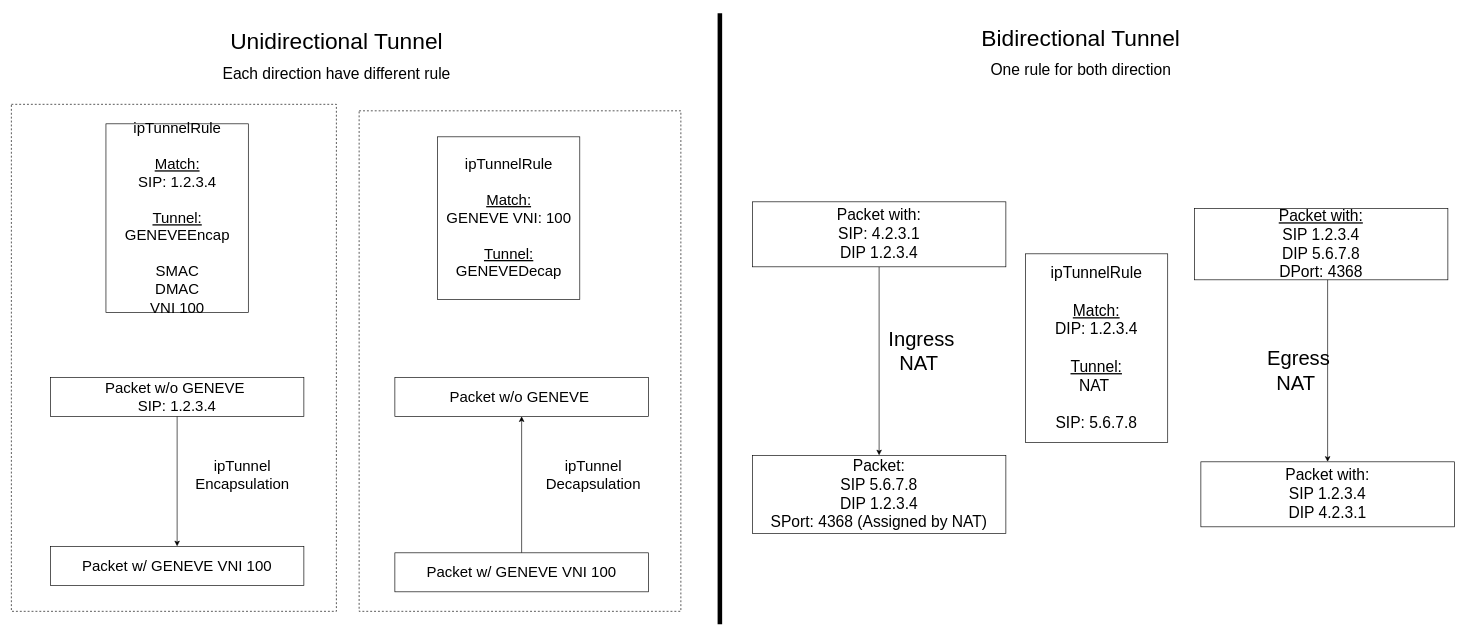
Before: doc/images/tunnelOffload/uni_bi_directional_tunnel.drawio in att/sessionOffload, a draw.io diagram. Source tidied: cells renumbered, new cells numbered last; positions are measured from the earlier drawing's top-left corner, leaving out a move shared by most shapes. Both pictures are drawn from the tidied source at 65%, with x=0, y=0 at pixel (11, 13).
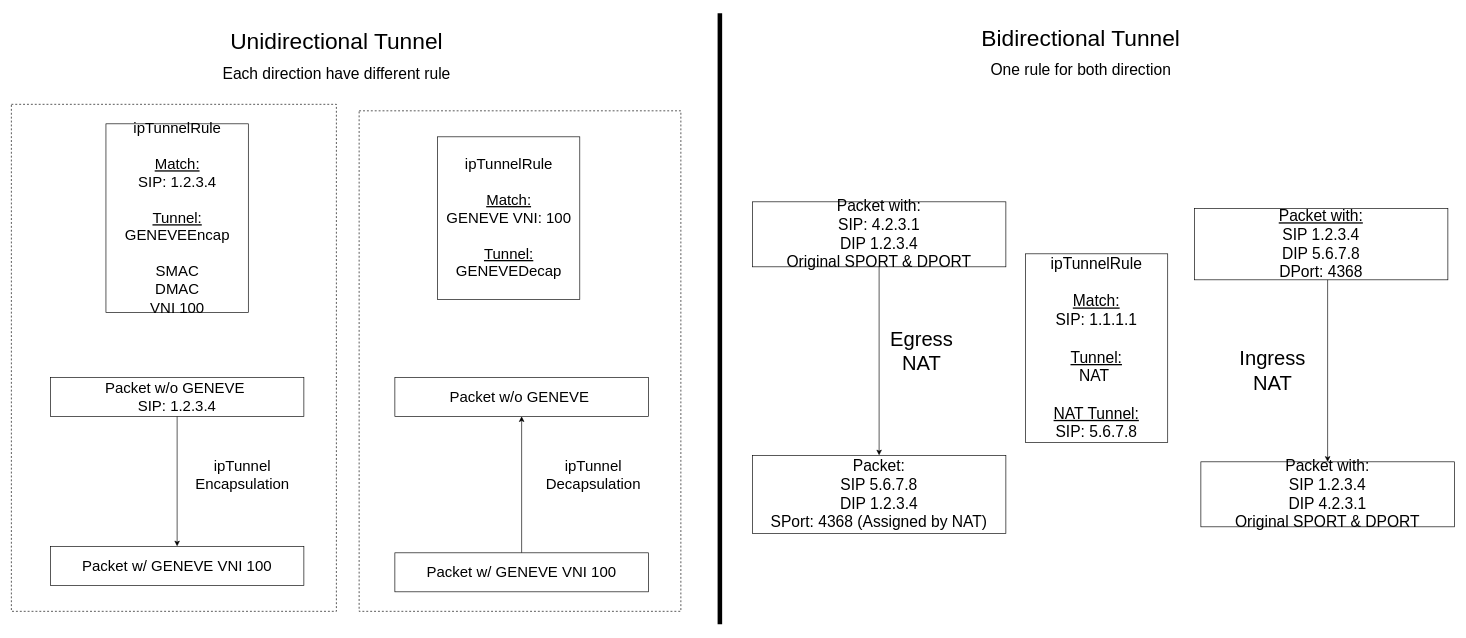
The same page after the edit.

Diff of the diagram source:
```diff
@@
-    <mxCell id="17" value="&lt;font style=&quot;font-size: 24px;&quot;&gt;ipTunnelRule&lt;br style=&quot;font-size: 24px;&quot;&gt;&lt;br style=&quot;font-size: 24px;&quot;&gt;&lt;u style=&quot;font-size: 24px;&quot;&gt;Match:&lt;/u&gt;&lt;br style=&quot;font-size: 24px;&quot;&gt;DIP: 1.2.3.4&lt;br style=&quot;font-size: 24px;&quot;&gt;&lt;br style=&quot;font-size: 24px;&quot;&gt;&lt;u style=&quot;font-size: 24px;&quot;&gt;Tunnel:&lt;/u&gt;&lt;br style=&quot;font-size: 24px;&quot;&gt;NAT&amp;nbsp;&lt;br style=&quot;font-size: 24px;&quot;&gt;&lt;br style=&quot;font-size: 24px;&quot;&gt;SIP: 5.6.7.8&lt;br style=&quot;font-size: 24px;&quot;&gt;&lt;/font&gt;" style="whiteSpace=wrap;html=1;fontSize=24;" parent="1" vertex="1">
+    <mxCell id="17" value="&lt;font style=&quot;font-size: 24px&quot;&gt;ipTunnelRule&lt;br style=&quot;font-size: 24px&quot;&gt;&lt;br style=&quot;font-size: 24px&quot;&gt;&lt;u style=&quot;font-size: 24px&quot;&gt;Match:&lt;/u&gt;&lt;br style=&quot;font-size: 24px&quot;&gt;SIP: 1.1.1.1&lt;br style=&quot;font-size: 24px&quot;&gt;&lt;br style=&quot;font-size: 24px&quot;&gt;&lt;u style=&quot;font-size: 24px&quot;&gt;Tunnel:&lt;/u&gt;&lt;br style=&quot;font-size: 24px&quot;&gt;NAT&amp;nbsp;&lt;br&gt;&lt;br&gt;&lt;u&gt;NAT Tunnel:&lt;/u&gt;&lt;br style=&quot;font-size: 24px&quot;&gt;SIP: 5.6.7.8&lt;br style=&quot;font-size: 24px&quot;&gt;&lt;/font&gt;" style="whiteSpace=wrap;html=1;fontSize=24;" parent="1" vertex="1">
       <mxGeometry x="1560" y="370" width="219" height="290" as="geometry" />
     </mxCell>
@@
-    <mxCell id="19" value="Packet with:&lt;br style=&quot;font-size: 24px;&quot;&gt;SIP: 4.2.3.1&lt;br style=&quot;font-size: 24px;&quot;&gt;DIP 1.2.3.4" style="whiteSpace=wrap;html=1;fontSize=24;" parent="1" vertex="1">
+    <mxCell id="19" value="Packet with:&lt;br style=&quot;font-size: 24px&quot;&gt;SIP: 4.2.3.1&lt;br style=&quot;font-size: 24px&quot;&gt;DIP 1.2.3.4&lt;br&gt;Original SPORT &amp;amp; DPORT" style="whiteSpace=wrap;html=1;fontSize=24;" parent="1" vertex="1">
       <mxGeometry x="1140" y="290" width="390" height="100" as="geometry" />
     </mxCell>
@@
-    <mxCell id="21" value="Ingress &lt;br style=&quot;font-size: 31px;&quot;&gt;NAT&amp;nbsp;" style="text;html=1;align=center;verticalAlign=middle;strokeColor=none;fillColor=none;fontSize=31;" parent="1" vertex="1">
-      <mxGeometry x="1340" y="480" width="120" height="80" as="geometry" />
+    <mxCell id="21" value="Egress&lt;br&gt;NAT" style="text;html=1;align=center;verticalAlign=middle;strokeColor=none;fillColor=none;fontSize=31;" parent="1" vertex="1">
+      <mxGeometry x="1345" y="480" width="110" height="80" as="geometry" />
     </mxCell>
-    <mxCell id="22" value="Egress&lt;br style=&quot;font-size: 31px;&quot;&gt;NAT&amp;nbsp;" style="text;html=1;align=center;verticalAlign=middle;strokeColor=none;fillColor=none;fontSize=31;" parent="1" vertex="1">
-      <mxGeometry x="1925" y="510" width="110" height="80" as="geometry" />
+    <mxCell id="22" value="Ingress&lt;br&gt;NAT" style="text;html=1;align=center;verticalAlign=middle;strokeColor=none;fillColor=none;fontSize=31;" parent="1" vertex="1">
+      <mxGeometry x="1880" y="510" width="120" height="80" as="geometry" />
     </mxCell>
@@
-    <mxCell id="24" value="Packet with:&lt;br style=&quot;font-size: 24px;&quot;&gt;SIP 1.2.3.4&lt;br style=&quot;font-size: 24px;&quot;&gt;DIP 4.2.3.1" style="whiteSpace=wrap;html=1;fontSize=24;" parent="1" vertex="1">
+    <mxCell id="24" value="Packet with:&lt;br style=&quot;font-size: 24px&quot;&gt;SIP 1.2.3.4&lt;br style=&quot;font-size: 24px&quot;&gt;DIP 4.2.3.1&lt;br&gt;Original SPORT &amp;amp; DPORT" style="whiteSpace=wrap;html=1;fontSize=24;" parent="1" vertex="1">
       <mxGeometry x="1830" y="690" width="390" height="100" as="geometry" />
     </mxCell>
```
